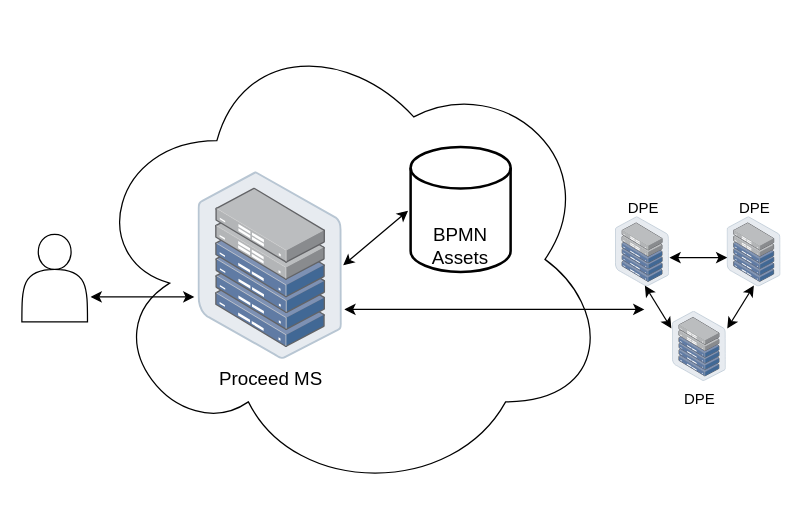
FelipeTrost/bachelorthesis keeps this draw.io diagram as figures/quick-ms-overview.drawio. Above is the earlier version. Source tidied: cells renumbered, new cells numbered last; positions are measured from the earlier drawing's top-left corner, leaving out a move shared by most shapes. Both pictures are drawn from the tidied source at 125%, with x=0, y=0 at pixel (21, 21).
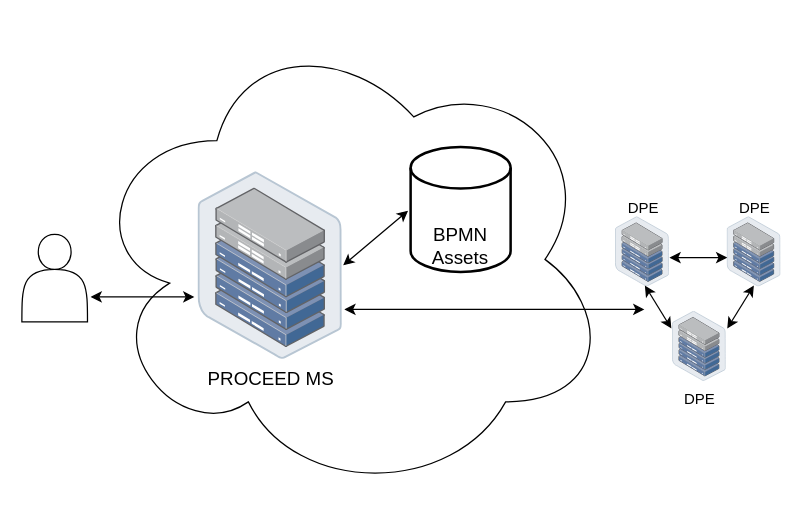
The same page after the edit.

What changed in the source:
```diff
@@
-    <mxCell id="3" value="&lt;font style=&quot;font-size: 15px;&quot;&gt;Proceed MS&lt;/font&gt;" style="image;html=1;align=center;shadow=0;dashed=0;image=img/lib/allied_telesis/storage/Datacenter_Server_Half_Rack_ToR.svg;" parent="1" vertex="1">
+    <mxCell id="3" value="&lt;font style=&quot;font-size: 15px;&quot;&gt;PROCEED MS&lt;/font&gt;" style="image;html=1;align=center;shadow=0;dashed=0;image=img/lib/allied_telesis/storage/Datacenter_Server_Half_Rack_ToR.svg;" parent="1" vertex="1">
       <mxGeometry x="141" y="120" width="115.5" height="150" as="geometry" />
     </mxCell>
```
